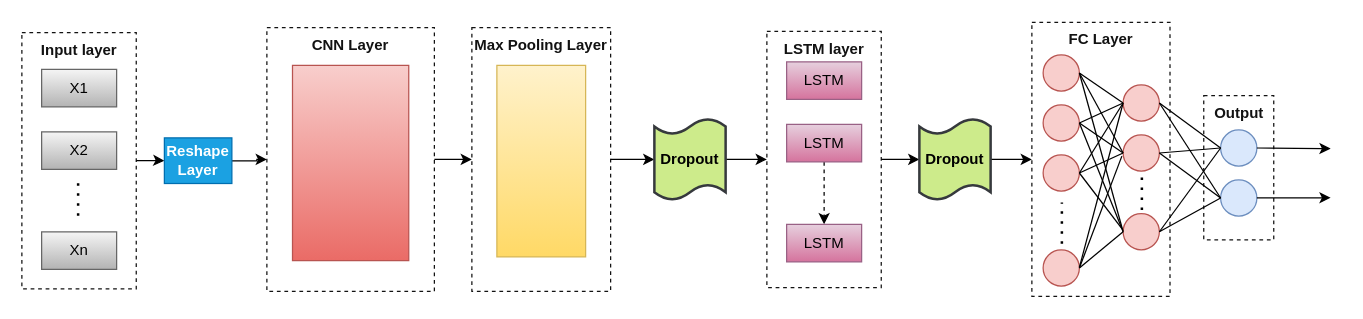
The draw.io diagram Biểu đồ không có tiêu đề.drawio in phongle18/Candataloader, before the edit. Source tidied: cells renumbered, new cells numbered last; positions are measured from the earlier drawing's top-left corner, leaving out a move shared by most shapes. Both pictures are drawn from the tidied source at 125%, with x=0, y=0 at pixel (21, 21).
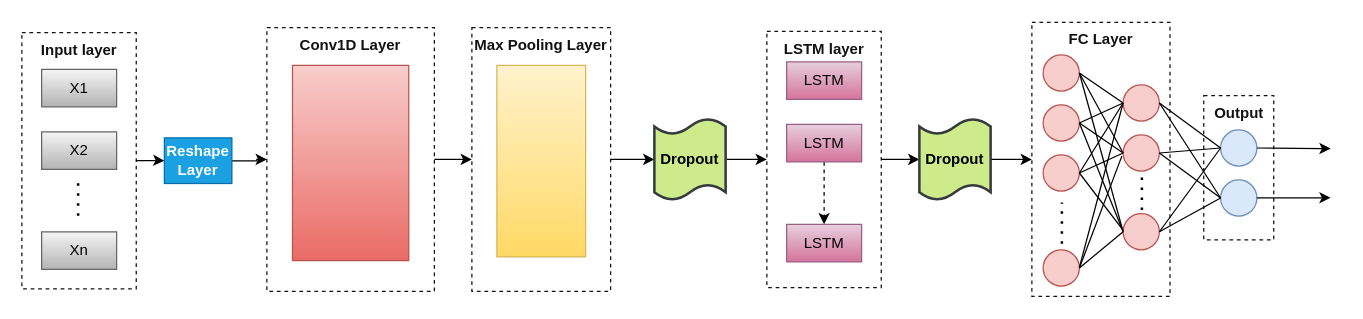
After the change.

Commit message:
Cập nhật Biểu đồ không có tiêu đề.drawio

Change to the diagram source:
```diff
@@
-    <mxCell id="6" value="&lt;b&gt;CNN Layer&lt;/b&gt;" style="fillColor=none;strokeColor=#121212;dashed=1;verticalAlign=top;fontStyle=0;fontColor=#121212;whiteSpace=wrap;html=1;" parent="1" vertex="1">
+    <mxCell id="6" value="&lt;b&gt;Conv1D&amp;nbsp;Layer&lt;/b&gt;" style="fillColor=none;strokeColor=#121212;dashed=1;verticalAlign=top;fontStyle=0;fontColor=#121212;whiteSpace=wrap;html=1;" parent="1" vertex="1">
       <mxGeometry x="196" y="4.5" width="134" height="211" as="geometry" />
     </mxCell>
```
